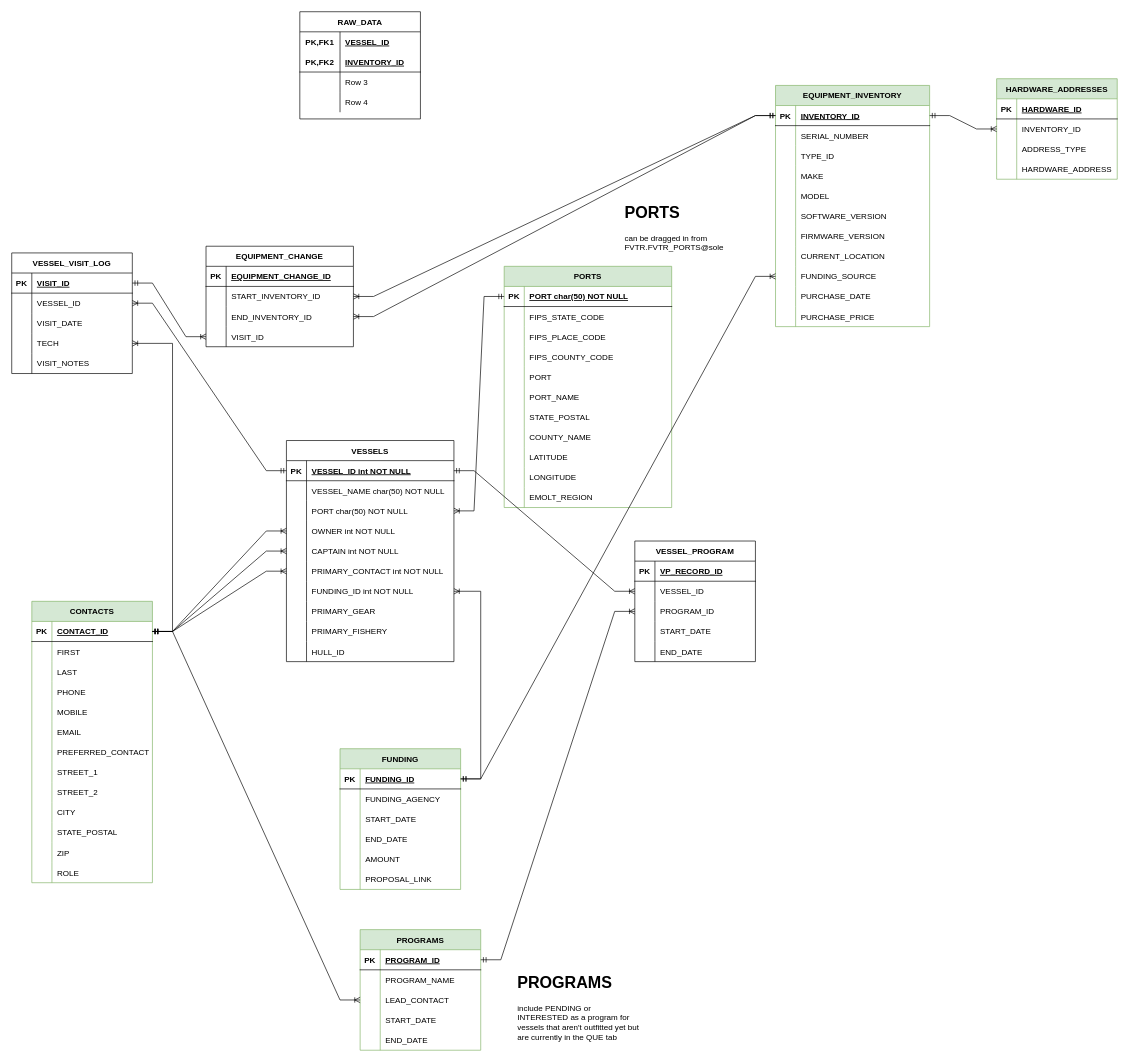
GMaynard1/emolt_project_management keeps this draw.io diagram as eMOLT.drawio. Above is the earlier version. Source tidied: cells renumbered, new cells numbered last; positions are measured from the earlier drawing's top-left corner, leaving out a move shared by most shapes. Both pictures are drawn from the tidied source at 67%, with x=0, y=0 at pixel (11, 11).
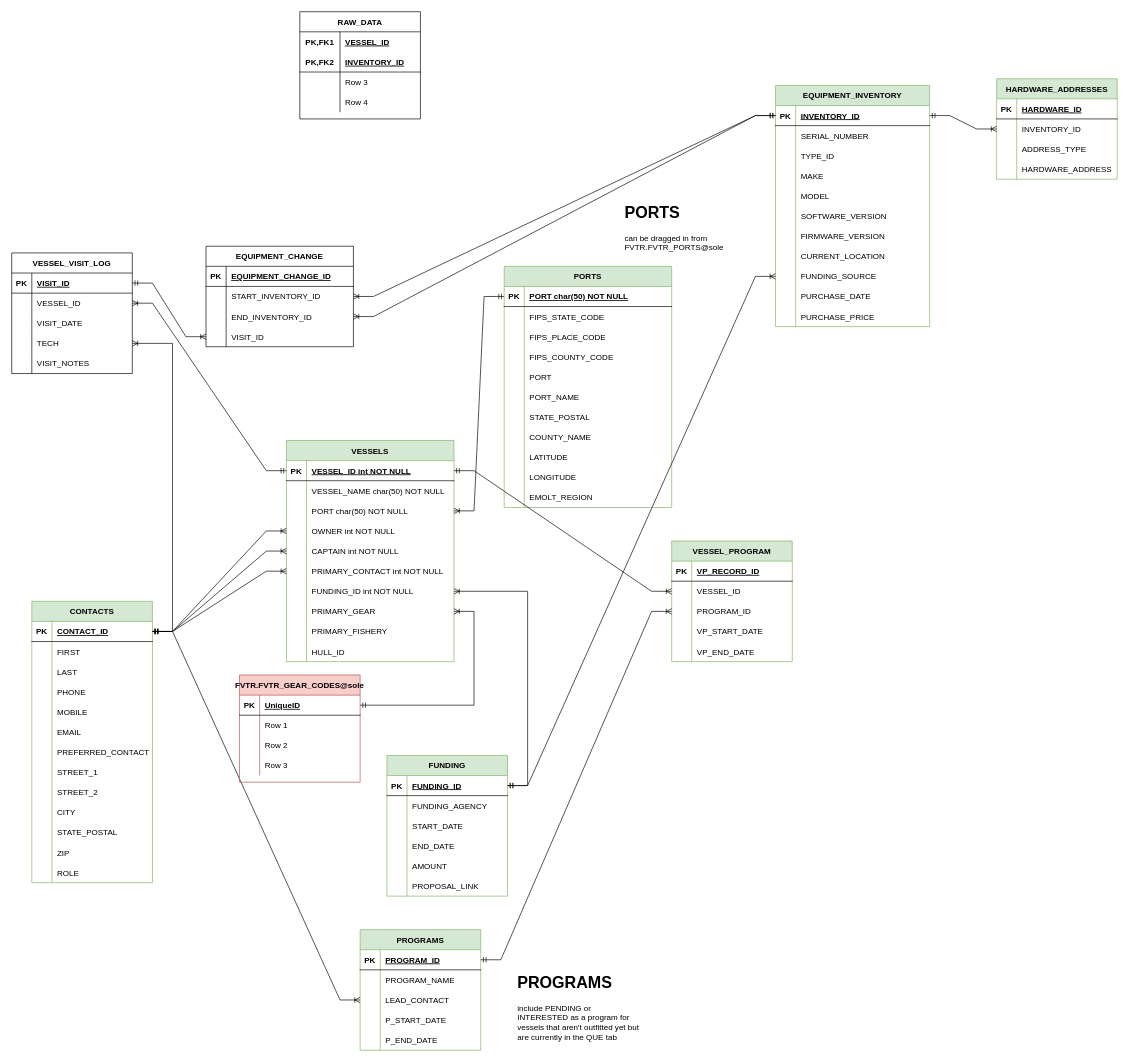
The same page after the edit.

The change refers to these unchanged cells:
```xml
<mxCell id="58" style="shape=partialRectangle;fillColor=none;points=[[0,0.5],[1,0.5]];portConstraint=eastwest;top=0;left=0;right=0;bottom=0;" parent="36" vertex="1">
  <mxGeometry y="240" width="250" height="30" as="geometry" />
</mxCell>
<mxCell id="121" style="shape=partialRectangle;fillColor=none;top=0;left=0;bottom=0;right=0;" parent="111" vertex="1">
  <mxGeometry y="120" width="180" height="30" as="geometry" />
</mxCell>
<mxCell id="124" style="shape=partialRectangle;fillColor=none;top=0;left=0;bottom=0;right=0;" parent="111" vertex="1">
  <mxGeometry y="150" width="180" height="30" as="geometry" />
</mxCell>
<mxCell id="243" style="shape=tableRow;horizontal=0;startSize=0;swimlaneHead=0;swimlaneBody=0;fillColor=none;top=0;left=0;right=0;bottom=0;" parent="233" vertex="1">
  <mxGeometry y="120" width="180" height="30" as="geometry" />
</mxCell>
<mxCell id="246" style="shape=tableRow;horizontal=0;startSize=0;swimlaneHead=0;swimlaneBody=0;fillColor=none;top=0;left=0;right=0;bottom=0;" parent="233" vertex="1">
  <mxGeometry y="150" width="180" height="30" as="geometry" />
</mxCell>
```

Diff of the diagram source:
```diff
@@
-    <mxCell id="36" value="VESSELS" style="shape=table;startSize=30;childLayout=tableLayout;rowLines=0;fontStyle=1;align=center;" parent="1" vertex="1">
+    <mxCell id="36" value="VESSELS" style="shape=table;startSize=30;childLayout=tableLayout;rowLines=0;fontStyle=1;align=center;fillColor=#d5e8d4;strokeColor=#82b366;" parent="1" vertex="1">
       <mxGeometry x="410" y="640" width="250" height="330" as="geometry" />
     </mxCell>
@@
-    <mxCell id="123" value="START_DATE" style="shape=partialRectangle;fillColor=none;top=0;left=0;bottom=0;right=0;align=left;spacingLeft=6;overflow=hidden;" parent="121" vertex="1">
+    <mxCell id="123" value="P_START_DATE" style="shape=partialRectangle;fillColor=none;top=0;left=0;bottom=0;right=0;align=left;spacingLeft=6;overflow=hidden;" parent="121" vertex="1">
       <mxGeometry x="30" width="150" height="30" as="geometry" />
     </mxCell>
@@
-    <mxCell id="126" value="END_DATE" style="shape=partialRectangle;fillColor=none;top=0;left=0;bottom=0;right=0;align=left;spacingLeft=6;overflow=hidden;" parent="124" vertex="1">
+    <mxCell id="126" value="P_END_DATE" style="shape=partialRectangle;fillColor=none;top=0;left=0;bottom=0;right=0;align=left;spacingLeft=6;overflow=hidden;" parent="124" vertex="1">
       <mxGeometry x="30" width="150" height="30" as="geometry" />
     </mxCell>
@@
     <mxCell id="128" value="FUNDING" style="shape=table;startSize=30;childLayout=tableLayout;rowLines=0;fontStyle=1;align=center;fillColor=#d5e8d4;strokeColor=#82b366;" parent="1" vertex="1">
-      <mxGeometry x="490" y="1100" width="180" height="210" as="geometry" />
+      <mxGeometry x="560" y="1110" width="180" height="210" as="geometry" />
     </mxCell>
@@
-    <mxCell id="233" value="VESSEL_PROGRAM" style="shape=table;startSize=30;childLayout=tableLayout;rowLines=0;fontStyle=1;align=center;" parent="1" vertex="1">
-      <mxGeometry x="930" y="790" width="180" height="180" as="geometry" />
+    <mxCell id="233" value="VESSEL_PROGRAM" style="shape=table;startSize=30;childLayout=tableLayout;rowLines=0;fontStyle=1;align=center;fillColor=#d5e8d4;strokeColor=#82b366;" parent="1" vertex="1">
+      <mxGeometry x="985" y="790" width="180" height="180" as="geometry" />
     </mxCell>
@@
-    <mxCell id="245" value="START_DATE" style="shape=partialRectangle;fillColor=none;top=0;left=0;bottom=0;right=0;align=left;spacingLeft=6;overflow=hidden;" parent="243" vertex="1">
+    <mxCell id="245" value="VP_START_DATE" style="shape=partialRectangle;fillColor=none;top=0;left=0;bottom=0;right=0;align=left;spacingLeft=6;overflow=hidden;" parent="243" vertex="1">
       <mxGeometry x="30" width="150" height="30" as="geometry" />
     </mxCell>
@@
-    <mxCell id="248" value="END_DATE" style="shape=partialRectangle;fillColor=none;top=0;left=0;bottom=0;right=0;align=left;spacingLeft=6;overflow=hidden;" parent="246" vertex="1">
+    <mxCell id="248" value="VP_END_DATE" style="shape=partialRectangle;fillColor=none;top=0;left=0;bottom=0;right=0;align=left;spacingLeft=6;overflow=hidden;" parent="246" vertex="1">
       <mxGeometry x="30" width="150" height="30" as="geometry" />
     </mxCell>
@@
+    <mxCell id="264" value="FVTR.FVTR_GEAR_CODES@sole" style="shape=table;startSize=30;childLayout=tableLayout;rowLines=0;fontStyle=1;align=center;fillColor=#f8cecc;strokeColor=#b85450;" parent="1" vertex="1">
+      <mxGeometry x="340" y="990" width="180" height="160" as="geometry" />
+    </mxCell>
+    <mxCell id="265" style="shape=tableRow;horizontal=0;startSize=0;swimlaneHead=0;swimlaneBody=0;fillColor=none;points=[[0,0.5],[1,0.5]];portConstraint=eastwest;top=0;left=0;right=0;bottom=1;" parent="264" vertex="1">
+      <mxGeometry y="30" width="180" height="30" as="geometry" />
+    </mxCell>
+    <mxCell id="266" value="PK" style="shape=partialRectangle;fillColor=none;top=0;left=0;bottom=0;right=0;fontStyle=1;overflow=hidden;" parent="265" vertex="1">
+      <mxGeometry width="30" height="30" as="geometry" />
+    </mxCell>
+    <mxCell id="267" value="UniqueID" style="shape=partialRectangle;fillColor=none;top=0;left=0;bottom=0;right=0;align=left;spacingLeft=6;fontStyle=5;overflow=hidden;" parent="265" vertex="1">
+      <mxGeometry x="30" width="150" height="30" as="geometry" />
+    </mxCell>
+    <mxCell id="268" style="shape=tableRow;horizontal=0;startSize=0;swimlaneHead=0;swimlaneBody=0;fillColor=none;top=0;left=0;right=0;bottom=0;" parent="264" vertex="1">
+      <mxGeometry y="60" width="180" height="30" as="geometry" />
+    </mxCell>
+    <mxCell id="269" style="shape=partialRectangle;fillColor=none;top=0;left=0;bottom=0;right=0;overflow=hidden;" parent="268" vertex="1">
+      <mxGeometry width="30" height="30" as="geometry" />
+    </mxCell>
+    <mxCell id="270" value="Row 1" style="shape=partialRectangle;fillColor=none;top=0;left=0;bottom=0;right=0;align=left;spacingLeft=6;overflow=hidden;" parent="268" vertex="1">
+      <mxGeometry x="30" width="150" height="30" as="geometry" />
+    </mxCell>
+    <mxCell id="271" style="shape=tableRow;horizontal=0;startSize=0;swimlaneHead=0;swimlaneBody=0;fillColor=none;top=0;left=0;right=0;bottom=0;" parent="264" vertex="1">
+      <mxGeometry y="90" width="180" height="30" as="geometry" />
+    </mxCell>
+    <mxCell id="272" style="shape=partialRectangle;fillColor=none;top=0;left=0;bottom=0;right=0;overflow=hidden;" parent="271" vertex="1">
+      <mxGeometry width="30" height="30" as="geometry" />
+    </mxCell>
+    <mxCell id="273" value="Row 2" style="shape=partialRectangle;fillColor=none;top=0;left=0;bottom=0;right=0;align=left;spacingLeft=6;overflow=hidden;" parent="271" vertex="1">
+      <mxGeometry x="30" width="150" height="30" as="geometry" />
+    </mxCell>
+    <mxCell id="274" style="shape=tableRow;horizontal=0;startSize=0;swimlaneHead=0;swimlaneBody=0;fillColor=none;top=0;left=0;right=0;bottom=0;" parent="264" vertex="1">
+      <mxGeometry y="120" width="180" height="30" as="geometry" />
+    </mxCell>
+    <mxCell id="275" style="shape=partialRectangle;fillColor=none;top=0;left=0;bottom=0;right=0;overflow=hidden;" parent="274" vertex="1">
+      <mxGeometry width="30" height="30" as="geometry" />
+    </mxCell>
+    <mxCell id="276" value="Row 3" style="shape=partialRectangle;fillColor=none;top=0;left=0;bottom=0;right=0;align=left;spacingLeft=6;overflow=hidden;" parent="274" vertex="1">
+      <mxGeometry x="30" width="150" height="30" as="geometry" />
+    </mxCell>
+    <mxCell id="277" style="edgeStyle=entityRelationEdgeStyle;fontSize=12;html=1;endArrow=ERoneToMany;startArrow=ERmandOne;rounded=0;" parent="1" edge="1" source="265" target="58">
+      <mxGeometry relative="1" as="geometry" />
+    </mxCell>
```
